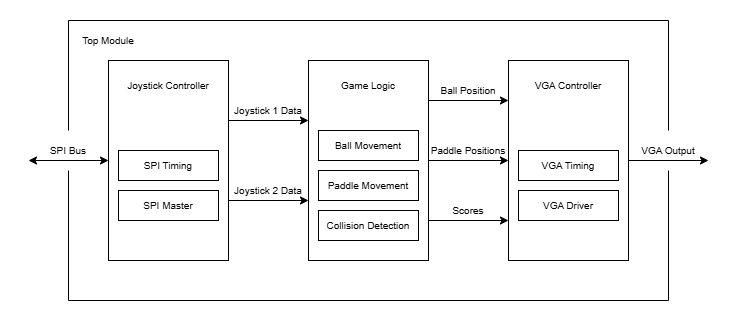
Earlier version of the draw.io export docs/diagram.png (JackPonder/pong-fpga). Source tidied: cells renumbered, new cells last; positions are measured from the earlier drawing's top-left corner, leaving out a move shared by most shapes.
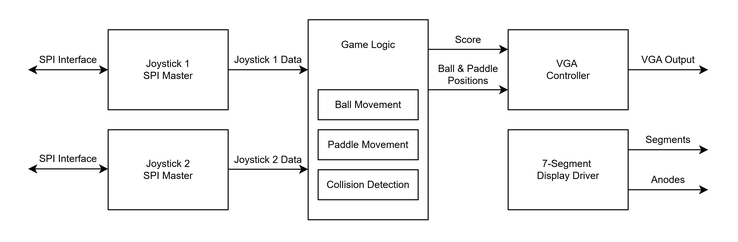
Later version of the same file.

Commit message:
updated block diagram

What changed in the source:
```diff
@@ -3,98 +3,77 @@
     <mxCell id="0" />
     <mxCell id="1" parent="0" />
     <mxCell id="2" style="rounded=0;whiteSpace=wrap;html=1;fontSize=10;" parent="1" vertex="1">
-      <mxGeometry x="80" y="40" width="120" height="200" as="geometry" />
+      <mxGeometry x="80" y="50" width="120" height="80" as="geometry" />
     </mxCell>
     <mxCell id="3" style="rounded=0;whiteSpace=wrap;html=1;fontSize=10;" parent="1" vertex="1">
       <mxGeometry x="280" y="40" width="120" height="200" as="geometry" />
     </mxCell>
     <mxCell id="4" style="rounded=0;whiteSpace=wrap;html=1;fontSize=10;" parent="1" vertex="1">
-      <mxGeometry x="480" y="40" width="120" height="200" as="geometry" />
+      <mxGeometry x="480" y="50" width="120" height="80" as="geometry" />
     </mxCell>
     <mxCell id="5" style="endArrow=classic;html=1;rounded=0;fontSize=10;" parent="1" edge="1">
       <mxGeometry relative="1" as="geometry">
-        <mxPoint x="200" y="100" as="sourcePoint" />
-        <mxPoint x="280" y="100" as="targetPoint" />
+        <mxPoint x="200" y="90" as="sourcePoint" />
+        <mxPoint x="280" y="90" as="targetPoint" />
       </mxGeometry>
     </mxCell>
     <mxCell id="6" value="Joystick 1 Data" style="text;html=1;whiteSpace=wrap;strokeColor=none;fillColor=none;align=center;verticalAlign=middle;rounded=0;fontSize=10;" parent="1" vertex="1">
-      <mxGeometry x="200" y="80" width="80" height="20" as="geometry" />
+      <mxGeometry x="200" y="70" width="80" height="20" as="geometry" />
     </mxCell>
     <mxCell id="7" style="endArrow=classic;html=1;rounded=0;fontSize=10;" parent="1" edge="1">
       <mxGeometry relative="1" as="geometry">
-        <mxPoint x="200" y="180" as="sourcePoint" />
-        <mxPoint x="280" y="180" as="targetPoint" />
+        <mxPoint x="200" y="189.5" as="sourcePoint" />
+        <mxPoint x="280" y="189.5" as="targetPoint" />
       </mxGeometry>
     </mxCell>
     <mxCell id="8" value="Joystick 2 Data" style="text;html=1;whiteSpace=wrap;strokeColor=none;fillColor=none;align=center;verticalAlign=middle;rounded=0;fontSize=10;" parent="1" vertex="1">
-      <mxGeometry x="200" y="160" width="80" height="20" as="geometry" />
+      <mxGeometry x="200" y="169.5" width="80" height="20" as="geometry" />
     </mxCell>
     <mxCell id="9" style="endArrow=classic;html=1;rounded=0;fontSize=10;" parent="1" edge="1">
       <mxGeometry relative="1" as="geometry">
-        <mxPoint x="400" y="80" as="sourcePoint" />
-        <mxPoint x="480" y="80" as="targetPoint" />
+        <mxPoint x="400" y="69.6" as="sourcePoint" />
+        <mxPoint x="480" y="69.6" as="targetPoint" />
       </mxGeometry>
     </mxCell>
-    <mxCell id="10" value="Ball Position" style="text;html=1;whiteSpace=wrap;strokeColor=none;fillColor=none;align=center;verticalAlign=middle;rounded=0;fontSize=10;" parent="1" vertex="1">
-      <mxGeometry x="400" y="60" width="80" height="20" as="geometry" />
+    <mxCell id="10" value="Ball &amp;amp; Paddle Positions" style="text;html=1;whiteSpace=wrap;strokeColor=none;fillColor=none;align=center;verticalAlign=middle;rounded=0;fontSize=10;" parent="1" vertex="1">
+      <mxGeometry x="400" y="80" width="80" height="30" as="geometry" />
     </mxCell>
-    <mxCell id="11" style="endArrow=classic;html=1;rounded=0;fontSize=10;" parent="1" edge="1">
-      <mxGeometry relative="1" as="geometry">
-        <mxPoint x="400" y="140" as="sourcePoint" />
-        <mxPoint x="480" y="140" as="targetPoint" />
-      </mxGeometry>
-    </mxCell>
-    <mxCell id="12" value="Paddle Positions" style="text;html=1;whiteSpace=wrap;strokeColor=none;fillColor=none;align=center;verticalAlign=middle;rounded=0;fontSize=10;" parent="1" vertex="1">
-      <mxGeometry x="400" y="120" width="80" height="20" as="geometry" />
-    </mxCell>
     <mxCell id="13" style="endArrow=classic;html=1;rounded=0;fontSize=10;" parent="1" edge="1">
       <mxGeometry relative="1" as="geometry">
-        <mxPoint x="400" y="200" as="sourcePoint" />
-        <mxPoint x="480" y="200" as="targetPoint" />
+        <mxPoint x="400" y="110" as="sourcePoint" />
+        <mxPoint x="480" y="110" as="targetPoint" />
       </mxGeometry>
     </mxCell>
-    <mxCell id="14" value="Scores" style="text;html=1;whiteSpace=wrap;strokeColor=none;fillColor=none;align=center;verticalAlign=middle;rounded=0;fontSize=10;" parent="1" vertex="1">
-      <mxGeometry x="400" y="180" width="80" height="20" as="geometry" />
+    <mxCell id="14" value="Score" style="text;html=1;whiteSpace=wrap;strokeColor=none;fillColor=none;align=center;verticalAlign=middle;rounded=0;fontSize=10;" parent="1" vertex="1">
+      <mxGeometry x="400" y="50" width="80" height="20" as="geometry" />
     </mxCell>
     <mxCell id="15" style="endArrow=classic;html=1;rounded=0;fontSize=10;" parent="1" edge="1">
       <mxGeometry relative="1" as="geometry">
-        <mxPoint x="600" y="140" as="sourcePoint" />
-        <mxPoint x="680" y="140" as="targetPoint" />
+        <mxPoint x="600" y="90" as="sourcePoint" />
+        <mxPoint x="680" y="90" as="targetPoint" />
       </mxGeometry>
     </mxCell>
     <mxCell id="16" value="VGA Output" style="text;html=1;whiteSpace=wrap;strokeColor=none;fillColor=none;align=center;verticalAlign=middle;rounded=0;fontSize=10;" parent="1" vertex="1">
-      <mxGeometry x="600" y="120" width="80" height="20" as="geometry" />
+      <mxGeometry x="600" y="70" width="80" height="20" as="geometry" />
     </mxCell>
-    <mxCell id="17" value="SPI Bus" style="text;html=1;whiteSpace=wrap;strokeColor=none;fillColor=none;align=center;verticalAlign=middle;rounded=0;fontSize=10;" parent="1" vertex="1">
-      <mxGeometry y="120" width="80" height="20" as="geometry" />
+    <mxCell id="17" value="SPI Interface" style="text;html=1;whiteSpace=wrap;strokeColor=none;fillColor=none;align=center;verticalAlign=middle;rounded=0;fontSize=10;" parent="1" vertex="1">
+      <mxGeometry y="70" width="80" height="20" as="geometry" />
     </mxCell>
     <mxCell id="18" style="endArrow=classic;startArrow=classic;html=1;rounded=0;fontSize=10;" parent="1" edge="1">
       <mxGeometry relative="1" as="geometry">
-        <mxPoint y="140" as="sourcePoint" />
-        <mxPoint x="80" y="140" as="targetPoint" />
+        <mxPoint y="90" as="sourcePoint" />
+        <mxPoint x="80" y="90" as="targetPoint" />
       </mxGeometry>
     </mxCell>
-    <mxCell id="19" value="Joystick Controller" style="text;html=1;whiteSpace=wrap;strokeColor=none;fillColor=none;align=center;verticalAlign=middle;rounded=0;fontSize=10;" parent="1" vertex="1">
-      <mxGeometry x="80" y="50" width="120" height="30" as="geometry" />
+    <mxCell id="19" value="Joystick 1&lt;div&gt;SPI Master&lt;/div&gt;" style="text;html=1;whiteSpace=wrap;strokeColor=none;fillColor=none;align=center;verticalAlign=middle;rounded=0;fontSize=10;" parent="1" vertex="1">
+      <mxGeometry x="80" y="75" width="120" height="30" as="geometry" />
     </mxCell>
     <mxCell id="20" value="Game Logic" style="text;html=1;whiteSpace=wrap;strokeColor=none;fillColor=none;align=center;verticalAlign=middle;rounded=0;fontSize=10;" parent="1" vertex="1">
       <mxGeometry x="280" y="50" width="120" height="30" as="geometry" />
     </mxCell>
-    <mxCell id="21" value="VGA Controller" style="text;html=1;whiteSpace=wrap;strokeColor=none;fillColor=none;align=center;verticalAlign=middle;rounded=0;fontSize=10;" parent="1" vertex="1">
-      <mxGeometry x="480" y="50" width="120" height="30" as="geometry" />
+    <mxCell id="21" value="VGA&amp;nbsp;&lt;div&gt;Controller&lt;/div&gt;" style="text;html=1;whiteSpace=wrap;strokeColor=none;fillColor=none;align=center;verticalAlign=middle;rounded=0;fontSize=10;" parent="1" vertex="1">
+      <mxGeometry x="480" y="75" width="120" height="30" as="geometry" />
     </mxCell>
-    <mxCell id="22" value="SPI Timing" style="rounded=0;whiteSpace=wrap;html=1;fontSize=10;" parent="1" vertex="1">
-      <mxGeometry x="90" y="130" width="100" height="30" as="geometry" />
-    </mxCell>
-    <mxCell id="23" value="SPI Master" style="rounded=0;whiteSpace=wrap;html=1;fontSize=10;" parent="1" vertex="1">
-      <mxGeometry x="90" y="170" width="100" height="30" as="geometry" />
-    </mxCell>
-    <mxCell id="24" value="VGA Timing" style="rounded=0;whiteSpace=wrap;html=1;fontSize=10;" parent="1" vertex="1">
-      <mxGeometry x="490" y="130" width="100" height="30" as="geometry" />
-    </mxCell>
-    <mxCell id="25" value="VGA Driver" style="rounded=0;whiteSpace=wrap;html=1;fontSize=10;" parent="1" vertex="1">
-      <mxGeometry x="490" y="170" width="100" height="30" as="geometry" />
-    </mxCell>
     <mxCell id="26" value="Ball Movement" style="rounded=0;whiteSpace=wrap;html=1;fontSize=10;" parent="1" vertex="1">
       <mxGeometry x="290" y="110" width="100" height="30" as="geometry" />
     </mxCell>
@@ -104,28 +83,44 @@
     <mxCell id="28" value="Collision Detection" style="rounded=0;whiteSpace=wrap;html=1;fontSize=10;" parent="1" vertex="1">
       <mxGeometry x="290" y="190" width="100" height="30" as="geometry" />
     </mxCell>
-    <mxCell id="29" style="endArrow=none;html=1;rounded=0;" parent="1" edge="1">
-      <mxGeometry relative="1" as="geometry">
-        <mxPoint x="40" y="110" as="sourcePoint" />
-        <mxPoint x="640" y="110" as="targetPoint" />
-        <Array as="points">
-          <mxPoint x="40" />
-          <mxPoint x="640" />
-        </Array>
-      </mxGeometry>
-    </mxCell>
-    <mxCell id="30" style="endArrow=none;html=1;rounded=0;" parent="1" edge="1">
-      <mxGeometry relative="1" as="geometry">
-        <mxPoint x="40" y="150" as="sourcePoint" />
-        <mxPoint x="640" y="150" as="targetPoint" />
-        <Array as="points">
-          <mxPoint x="40" y="280" />
-          <mxPoint x="640" y="280" />
-        </Array>
-      </mxGeometry>
-    </mxCell>
-    <mxCell id="31" value="Top Module" style="text;html=1;whiteSpace=wrap;strokeColor=none;fillColor=none;align=center;verticalAlign=middle;rounded=0;fontSize=10;" parent="1" vertex="1">
-      <mxGeometry x="40" width="80" height="40" as="geometry" />
-    </mxCell>
+    <mxCell id="32" style="rounded=0;whiteSpace=wrap;html=1;fontSize=10;" parent="1" vertex="1">
+      <mxGeometry x="80" y="150" width="120" height="80" as="geometry" />
+    </mxCell>
+    <mxCell id="33" value="Joystick 2&lt;div&gt;SPI Master&lt;/div&gt;" style="text;html=1;whiteSpace=wrap;strokeColor=none;fillColor=none;align=center;verticalAlign=middle;rounded=0;fontSize=10;" parent="1" vertex="1">
+      <mxGeometry x="80" y="175" width="120" height="30" as="geometry" />
+    </mxCell>
+    <mxCell id="34" value="SPI Interface" style="text;html=1;whiteSpace=wrap;strokeColor=none;fillColor=none;align=center;verticalAlign=middle;rounded=0;fontSize=10;" parent="1" vertex="1">
+      <mxGeometry y="169.1" width="80" height="20" as="geometry" />
+    </mxCell>
+    <mxCell id="35" style="endArrow=classic;startArrow=classic;html=1;rounded=0;fontSize=10;" parent="1" edge="1">
+      <mxGeometry relative="1" as="geometry">
+        <mxPoint y="189.1" as="sourcePoint" />
+        <mxPoint x="80" y="189.1" as="targetPoint" />
+      </mxGeometry>
+    </mxCell>
+    <mxCell id="36" style="rounded=0;whiteSpace=wrap;html=1;fontSize=10;" parent="1" vertex="1">
+      <mxGeometry x="480" y="150" width="120" height="80" as="geometry" />
+    </mxCell>
+    <mxCell id="37" style="endArrow=classic;html=1;rounded=0;fontSize=10;" parent="1" edge="1">
+      <mxGeometry relative="1" as="geometry">
+        <mxPoint x="600" y="170" as="sourcePoint" />
+        <mxPoint x="680" y="170" as="targetPoint" />
+      </mxGeometry>
+    </mxCell>
+    <mxCell id="38" value="Segments" style="text;html=1;whiteSpace=wrap;strokeColor=none;fillColor=none;align=center;verticalAlign=middle;rounded=0;fontSize=10;" parent="1" vertex="1">
+      <mxGeometry x="600" y="150" width="80" height="20" as="geometry" />
+    </mxCell>
+    <mxCell id="39" value="7-Segment&amp;nbsp;&lt;div&gt;Display Driver&lt;/div&gt;" style="text;html=1;whiteSpace=wrap;strokeColor=none;fillColor=none;align=center;verticalAlign=middle;rounded=0;fontSize=10;" parent="1" vertex="1">
+      <mxGeometry x="480" y="175" width="120" height="30" as="geometry" />
+    </mxCell>
+    <mxCell id="40" style="endArrow=classic;html=1;rounded=0;fontSize=10;" parent="1" edge="1">
+      <mxGeometry relative="1" as="geometry">
+        <mxPoint x="600" y="210" as="sourcePoint" />
+        <mxPoint x="680" y="210" as="targetPoint" />
+      </mxGeometry>
+    </mxCell>
+    <mxCell id="41" value="Anodes" style="text;html=1;whiteSpace=wrap;strokeColor=none;fillColor=none;align=center;verticalAlign=middle;rounded=0;fontSize=10;" parent="1" vertex="1">
+      <mxGeometry x="600" y="190" width="80" height="20" as="geometry" />
+    </mxCell>
   </root>
 </mxGraphModel>
```
